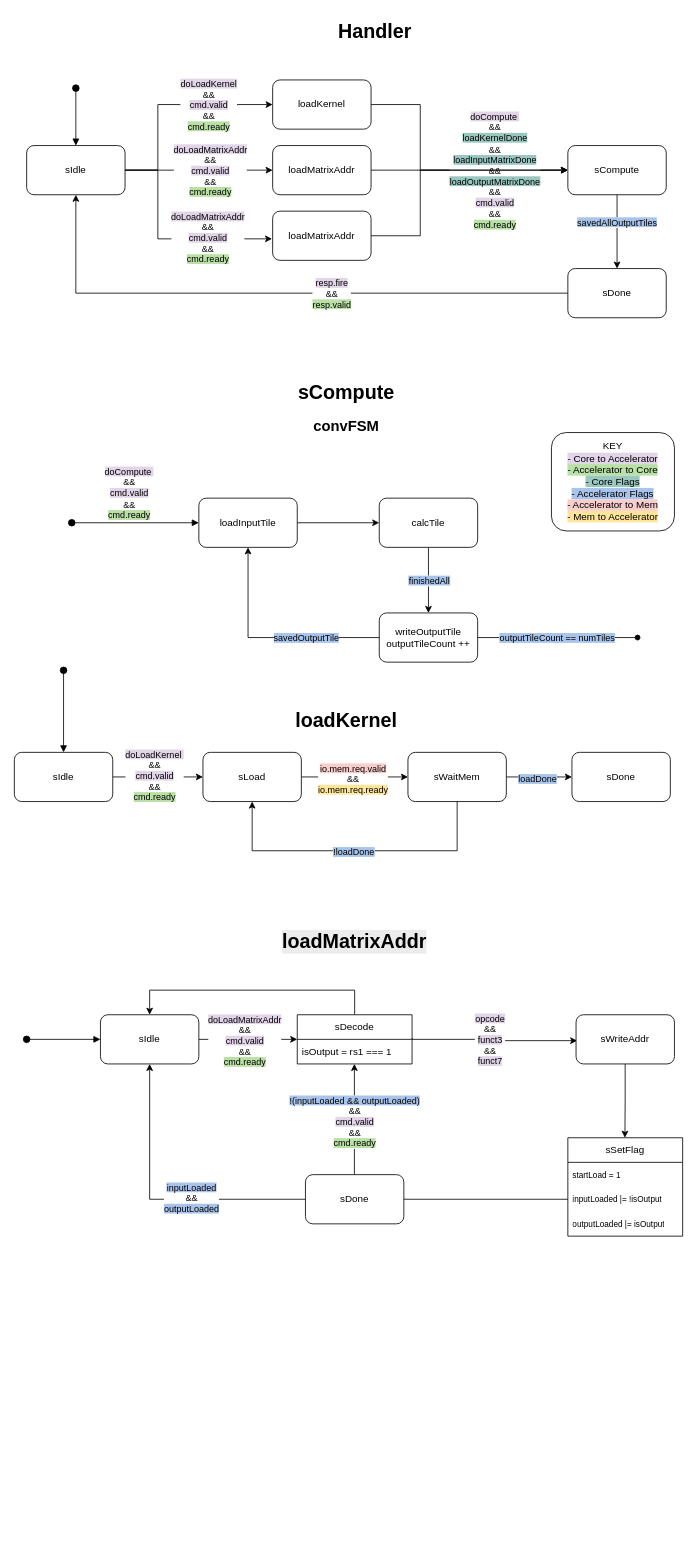
Earlier version of the draw.io diagram ConvFSM_accel.drawio (sophia20753/Project). Source tidied: cells renumbered, new cells numbered last; positions are measured from the earlier drawing's top-left corner, leaving out a move shared by most shapes. Both pictures are drawn from the tidied source at 82%, with x=0, y=0 at pixel (14, 14).
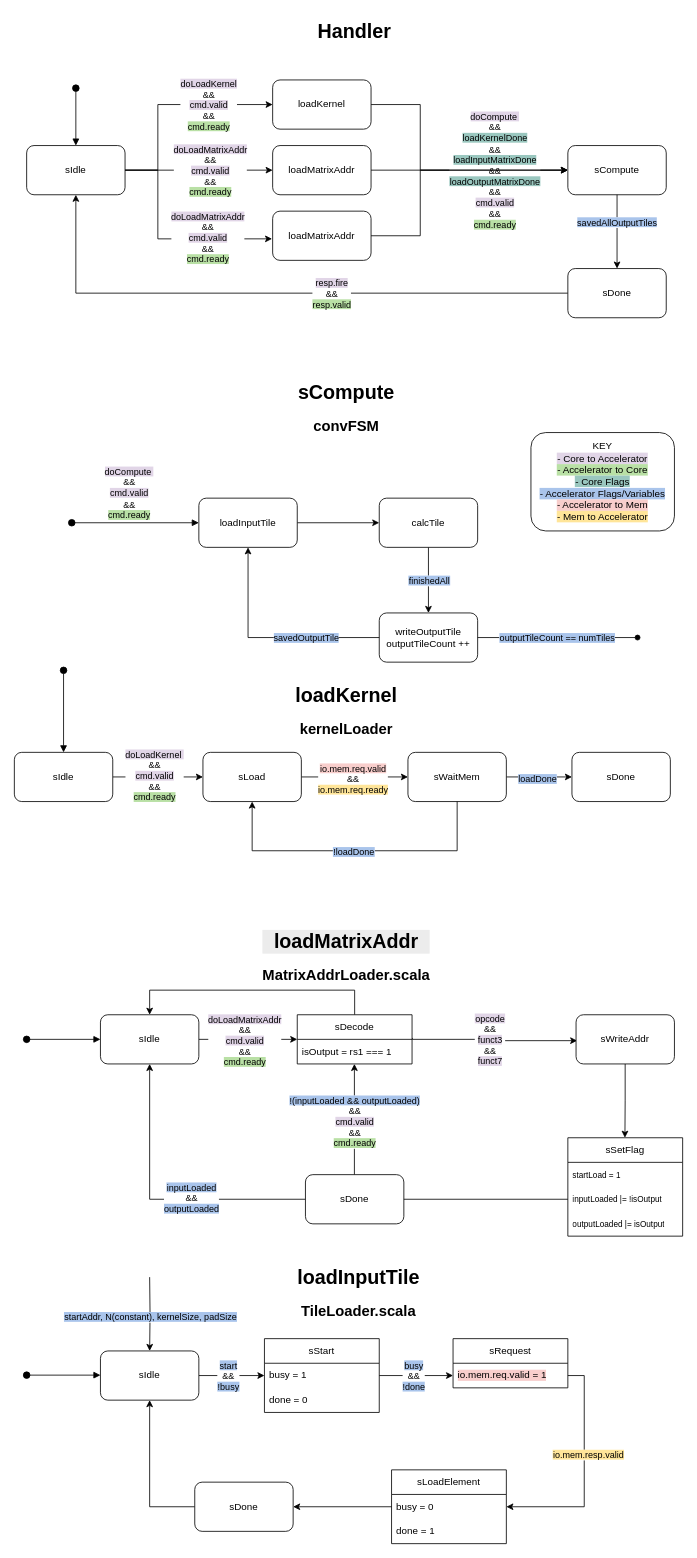
The same page after the edit.

The edit, as a diff of the source:
```diff
@@
     <mxCell id="2" value="&lt;h1 style=&quot;margin-top: 0px;&quot;&gt;Handler&lt;/h1&gt;" style="text;html=1;whiteSpace=wrap;overflow=hidden;rounded=0;align=center;" parent="1" vertex="1">
-      <mxGeometry x="350" width="180" height="120" as="geometry" />
+      <mxGeometry x="325" width="180" height="120" as="geometry" />
     </mxCell>
@@
-    <mxCell id="24" value="&lt;h1 style=&quot;margin-top: 0px;&quot;&gt;loadKernel&lt;/h1&gt;" style="text;html=1;whiteSpace=wrap;overflow=hidden;rounded=0;align=center;" parent="1" vertex="1">
-      <mxGeometry x="315" y="840" width="180" height="40" as="geometry" />
+    <mxCell id="24" value="&lt;h1 style=&quot;margin-top: 0px;&quot;&gt;loadKernel&lt;/h1&gt;&lt;h2&gt;kernelLoader&lt;/h2&gt;" style="text;html=1;whiteSpace=wrap;overflow=hidden;rounded=0;align=center;" parent="1" vertex="1">
+      <mxGeometry x="315" y="810" width="180" height="90" as="geometry" />
     </mxCell>
@@
-    <mxCell id="41" value="KEY&lt;div&gt;&lt;span style=&quot;background-color: rgb(225, 213, 231);&quot;&gt;- Core to Accelerator&lt;/span&gt;&lt;/div&gt;&lt;div&gt;&lt;span style=&quot;background-color: rgb(185, 224, 165);&quot;&gt;- Accelerator to Core&lt;/span&gt;&lt;/div&gt;&lt;div&gt;&lt;span style=&quot;background-color: rgb(154, 199, 191);&quot;&gt;- Core Flags&lt;/span&gt;&lt;/div&gt;&lt;div&gt;&lt;span style=&quot;background-color: rgb(169, 196, 235);&quot;&gt;- Accelerator Flags&lt;/span&gt;&lt;/div&gt;&lt;div&gt;&lt;span style=&quot;background-color: rgb(248, 206, 204);&quot;&gt;- Accelerator to Mem&lt;/span&gt;&lt;/div&gt;&lt;div&gt;&lt;span style=&quot;background-color: rgb(255, 229, 153);&quot;&gt;- Mem to Accelerator&lt;/span&gt;&lt;/div&gt;" style="rounded=1;whiteSpace=wrap;html=1;labelBackgroundColor=default;" parent="1" vertex="1">
-      <mxGeometry x="655" y="510" width="150" height="120" as="geometry" />
+    <mxCell id="41" value="KEY&lt;div&gt;&lt;span style=&quot;background-color: rgb(225, 213, 231);&quot;&gt;- Core to Accelerator&lt;/span&gt;&lt;/div&gt;&lt;div&gt;&lt;span style=&quot;background-color: rgb(185, 224, 165);&quot;&gt;- Accelerator to Core&lt;/span&gt;&lt;/div&gt;&lt;div&gt;&lt;span style=&quot;background-color: rgb(154, 199, 191);&quot;&gt;- Core Flags&lt;/span&gt;&lt;/div&gt;&lt;div&gt;&lt;span style=&quot;background-color: rgb(169, 196, 235);&quot;&gt;- Accelerator Flags/Variables&lt;/span&gt;&lt;/div&gt;&lt;div&gt;&lt;span style=&quot;background-color: rgb(248, 206, 204);&quot;&gt;- Accelerator to Mem&lt;/span&gt;&lt;/div&gt;&lt;div&gt;&lt;span style=&quot;background-color: rgb(255, 229, 153);&quot;&gt;- Mem to Accelerator&lt;/span&gt;&lt;/div&gt;" style="rounded=1;whiteSpace=wrap;html=1;labelBackgroundColor=default;" parent="1" vertex="1">
+      <mxGeometry x="630" y="510" width="175" height="120" as="geometry" />
     </mxCell>
@@
-    <mxCell id="54" value="&lt;h1 style=&quot;forced-color-adjust: none; color: rgb(0, 0, 0); font-family: Helvetica; font-style: normal; font-variant-ligatures: normal; font-variant-caps: normal; letter-spacing: normal; orphans: 2; text-align: center; text-indent: 0px; text-transform: none; widows: 2; word-spacing: 0px; -webkit-text-stroke-width: 0px; white-space: normal; background-color: rgb(236, 236, 236); text-decoration-thickness: initial; text-decoration-style: initial; text-decoration-color: initial; margin-top: 0px;&quot;&gt;loadMatrixAddr&lt;/h1&gt;" style="text;whiteSpace=wrap;html=1;" parent="1" vertex="1">
+    <mxCell id="54" value="&lt;h1 style=&quot;forced-color-adjust: none; color: rgb(0, 0, 0); font-family: Helvetica; font-style: normal; font-variant-ligatures: normal; font-variant-caps: normal; letter-spacing: normal; orphans: 2; text-indent: 0px; text-transform: none; widows: 2; word-spacing: 0px; -webkit-text-stroke-width: 0px; white-space: normal; background-color: rgb(236, 236, 236); text-decoration-thickness: initial; text-decoration-style: initial; text-decoration-color: initial; margin-top: 0px;&quot;&gt;loadMatrixAddr&lt;/h1&gt;&lt;h2&gt;MatrixAddrLoader.scala&lt;/h2&gt;" style="text;whiteSpace=wrap;html=1;align=center;" parent="1" vertex="1">
       <mxGeometry x="325" y="1110" width="160" height="70" as="geometry" />
     </mxCell>
@@
+    <mxCell id="73" value="&lt;h1 style=&quot;margin-top: 0px;&quot;&gt;loadInputTile&lt;/h1&gt;&lt;h2&gt;TileLoader.scala&lt;/h2&gt;" style="text;html=1;whiteSpace=wrap;overflow=hidden;rounded=0;align=center;" parent="1" vertex="1">
+      <mxGeometry x="330" y="1520" width="180" height="120" as="geometry" />
+    </mxCell>
+    <mxCell id="74" style="edgeStyle=orthogonalEdgeStyle;rounded=0;jettySize=auto;html=1;entryX=0.5;entryY=0;entryDx=0;entryDy=0;" parent="1" edge="1" target="80">
+      <mxGeometry relative="1" as="geometry">
+        <mxPoint x="165" y="1540" as="sourcePoint" />
+      </mxGeometry>
+    </mxCell>
+    <mxCell id="75" value="&lt;span style=&quot;background-color: rgb(169, 196, 235);&quot;&gt;startAddr, N(constant), kernelSize, padSize&lt;/span&gt;" style="edgeLabel;html=1;align=center;verticalAlign=middle;" parent="74" vertex="1">
+      <mxGeometry x="0.08" relative="1" as="geometry" />
+    </mxCell>
+    <mxCell id="76" style="edgeStyle=orthogonalEdgeStyle;rounded=0;jettySize=auto;html=1;exitX=1;exitY=0.5;exitDx=0;exitDy=0;entryX=0;entryY=0.5;entryDx=0;entryDy=0;" parent="1" edge="1" source="89" target="87">
+      <mxGeometry relative="1" as="geometry" />
+    </mxCell>
+    <mxCell id="77" value="&lt;span style=&quot;background-color: rgb(169, 196, 235);&quot;&gt;busy&lt;/span&gt;&lt;div&gt;&amp;amp;&amp;amp;&lt;/div&gt;&lt;div&gt;&lt;span style=&quot;background-color: rgb(169, 196, 235);&quot;&gt;!done&lt;/span&gt;&lt;/div&gt;" style="edgeLabel;html=1;align=center;verticalAlign=middle;" parent="76" vertex="1">
+      <mxGeometry x="-0.37" y="-1" relative="1" as="geometry">
+        <mxPoint x="13" y="-1" as="offset" />
+      </mxGeometry>
+    </mxCell>
+    <mxCell id="78" style="edgeStyle=orthogonalEdgeStyle;rounded=0;jettySize=auto;html=1;entryX=0;entryY=0.5;entryDx=0;entryDy=0;" parent="1" edge="1" source="80" target="89">
+      <mxGeometry relative="1" as="geometry" />
+    </mxCell>
+    <mxCell id="79" value="&lt;span style=&quot;background-color: rgb(169, 196, 235);&quot;&gt;start&lt;/span&gt;&lt;div&gt;&amp;amp;&amp;amp;&lt;/div&gt;&lt;div&gt;&lt;span style=&quot;background-color: rgb(169, 196, 235);&quot;&gt;!busy&lt;/span&gt;&lt;/div&gt;" style="edgeLabel;html=1;align=center;verticalAlign=middle;" parent="78" vertex="1">
+      <mxGeometry x="0.25" y="-2" relative="1" as="geometry">
+        <mxPoint x="-15" y="-2" as="offset" />
+      </mxGeometry>
+    </mxCell>
+    <mxCell id="80" value="sIdle" style="rounded=1;whiteSpace=wrap;html=1;" parent="1" vertex="1">
+      <mxGeometry x="105" y="1630" width="120" height="60" as="geometry" />
+    </mxCell>
+    <mxCell id="81" style="edgeStyle=orthogonalEdgeStyle;rounded=0;jettySize=auto;html=1;exitX=1;exitY=0.5;exitDx=0;exitDy=0;entryX=1;entryY=0.5;entryDx=0;entryDy=0;" parent="1" edge="1" source="87" target="92">
+      <mxGeometry relative="1" as="geometry" />
+    </mxCell>
+    <mxCell id="82" value="&lt;span style=&quot;background-color: rgb(255, 229, 153);&quot;&gt;io.mem.resp.valid&lt;/span&gt;" style="edgeLabel;html=1;align=center;verticalAlign=middle;" parent="81" vertex="1">
+      <mxGeometry x="-0.16" y="4" relative="1" as="geometry" />
+    </mxCell>
+    <mxCell id="83" style="html=1;verticalAlign=bottom;startArrow=oval;startFill=1;endArrow=block;startSize=8;curved=0;rounded=0;entryX=0;entryY=0.5;entryDx=0;entryDy=0;" parent="1" edge="1">
+      <mxGeometry x="0.57" relative="1" as="geometry">
+        <mxPoint x="15" y="1659.5" as="sourcePoint" />
+        <mxPoint x="105" y="1659.5" as="targetPoint" />
+      </mxGeometry>
+    </mxCell>
+    <mxCell id="84" style="edgeStyle=orthogonalEdgeStyle;rounded=0;jettySize=auto;html=1;entryX=0.5;entryY=1;entryDx=0;entryDy=0;" parent="1" edge="1" source="85" target="80">
+      <mxGeometry relative="1" as="geometry">
+        <Array as="points">
+          <mxPoint x="165" y="1820" />
+        </Array>
+      </mxGeometry>
+    </mxCell>
+    <mxCell id="85" value="sDone" style="rounded=1;whiteSpace=wrap;html=1;" parent="1" vertex="1">
+      <mxGeometry x="220" y="1790" width="120" height="60" as="geometry" />
+    </mxCell>
+    <mxCell id="86" value="sRequest" style="swimlane;fontStyle=0;horizontal=1;startSize=30;whiteSpace=wrap;html=1;" parent="1" vertex="1">
+      <mxGeometry x="535" y="1615" width="140" height="60" as="geometry" />
+    </mxCell>
+    <mxCell id="87" value="&lt;span style=&quot;background-color: rgb(248, 206, 204);&quot;&gt;io.mem.req.valid = 1&lt;/span&gt;" style="text;strokeColor=none;fillColor=none;align=left;verticalAlign=middle;spacingLeft=4;spacingRight=4;overflow=hidden;points=[[0,0.5],[1,0.5]];portConstraint=eastwest;whiteSpace=wrap;html=1;" parent="86" vertex="1">
+      <mxGeometry y="30" width="140" height="30" as="geometry" />
+    </mxCell>
+    <mxCell id="88" value="sStart" style="swimlane;fontStyle=0;horizontal=1;startSize=30;whiteSpace=wrap;html=1;" parent="1" vertex="1">
+      <mxGeometry x="305" y="1615" width="140" height="90" as="geometry" />
+    </mxCell>
+    <mxCell id="89" value="busy = 1" style="text;strokeColor=none;fillColor=none;align=left;verticalAlign=middle;spacingLeft=4;spacingRight=4;overflow=hidden;points=[[0,0.5],[1,0.5]];portConstraint=eastwest;whiteSpace=wrap;html=1;" parent="88" vertex="1">
+      <mxGeometry y="30" width="140" height="30" as="geometry" />
+    </mxCell>
+    <mxCell id="90" value="done = 0" style="text;strokeColor=none;fillColor=none;align=left;verticalAlign=middle;spacingLeft=4;spacingRight=4;overflow=hidden;whiteSpace=wrap;html=1;" parent="88" vertex="1">
+      <mxGeometry y="60" width="140" height="30" as="geometry" />
+    </mxCell>
+    <mxCell id="91" value="sLoadElement" style="swimlane;fontStyle=0;horizontal=1;startSize=30;whiteSpace=wrap;html=1;" parent="1" vertex="1">
+      <mxGeometry x="460" y="1775" width="140" height="90" as="geometry" />
+    </mxCell>
+    <mxCell id="92" value="busy = 0" style="text;strokeColor=none;fillColor=none;align=left;verticalAlign=middle;spacingLeft=4;spacingRight=4;overflow=hidden;points=[[0,0.5],[1,0.5]];portConstraint=eastwest;whiteSpace=wrap;html=1;" parent="91" vertex="1">
+      <mxGeometry y="30" width="140" height="30" as="geometry" />
+    </mxCell>
+    <mxCell id="93" value="done = 1" style="text;strokeColor=none;fillColor=none;align=left;verticalAlign=middle;spacingLeft=4;spacingRight=4;overflow=hidden;whiteSpace=wrap;html=1;" parent="91" vertex="1">
+      <mxGeometry y="60" width="140" height="30" as="geometry" />
+    </mxCell>
+    <mxCell id="94" style="edgeStyle=orthogonalEdgeStyle;rounded=0;jettySize=auto;html=1;entryX=1;entryY=0.5;entryDx=0;entryDy=0;" parent="1" edge="1" source="92" target="85">
+      <mxGeometry relative="1" as="geometry" />
+    </mxCell>
```
